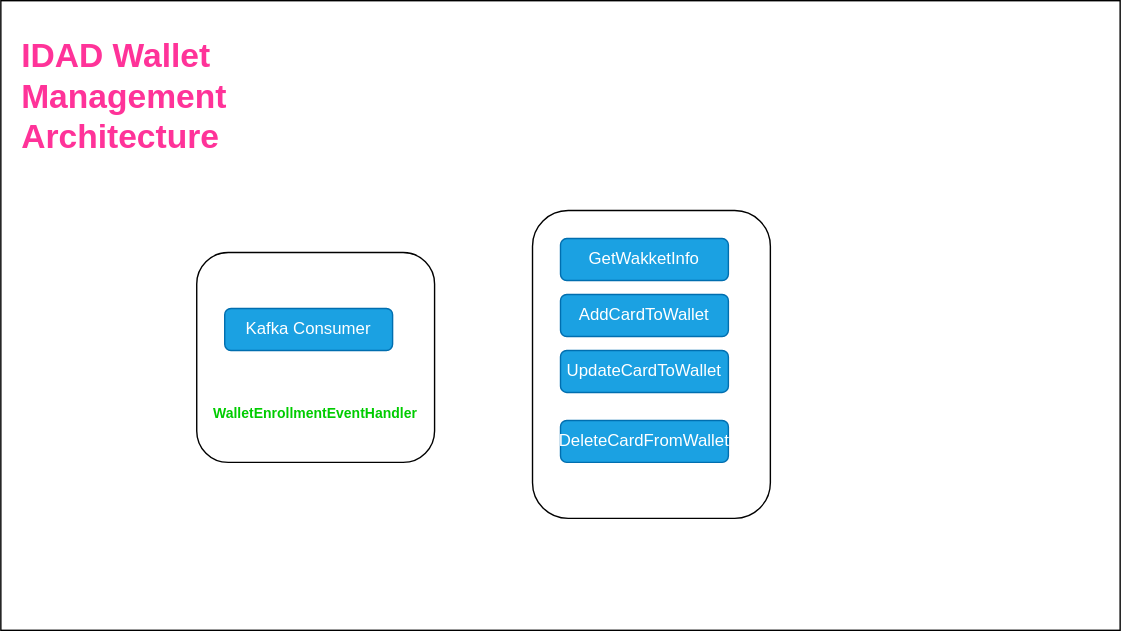
uchiharizvi/design-diagrams keeps this draw.io diagram as Work Samples/WF/IDAD_FLOW_BC.drawio.svg. Above is the earlier version. Source tidied: cells renumbered, new cells last; positions are measured from the earlier drawing's top-left corner, leaving out a move shared by most shapes.
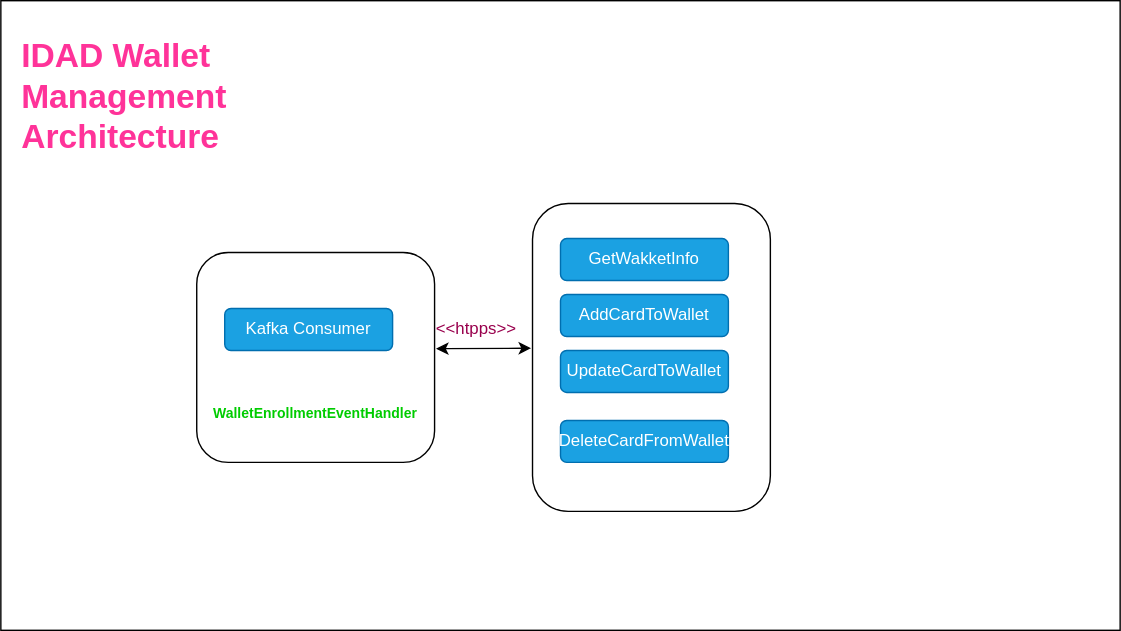
Above is the later version.

What changed in the source:
```diff
@@ -9,7 +9,7 @@
       <mxGeometry x="10" y="20" width="190" height="120" as="geometry" />
     </mxCell>
     <mxCell id="4" style="rounded=1;whiteSpace=wrap;html=1;" parent="1" vertex="1">
-      <mxGeometry x="380" y="150" width="170" height="220" as="geometry" />
+      <mxGeometry x="380" y="145" width="170" height="220" as="geometry" />
     </mxCell>
     <mxCell id="5" value="GetWakketInfo" style="rounded=1;whiteSpace=wrap;html=1;fillColor=#1ba1e2;fontColor=#ffffff;strokeColor=#006EAF;" parent="1" vertex="1">
       <mxGeometry x="400" y="170" width="120" height="30" as="geometry" />
@@ -32,5 +32,11 @@
     <mxCell id="11" value="&lt;font style=&quot;font-size: 10px;&quot;&gt;&lt;b&gt;WalletEnrollmentEventHandler&lt;/b&gt;&lt;/font&gt;" style="text;html=1;align=center;verticalAlign=middle;whiteSpace=wrap;rounded=0;fontColor=#00CC00;" parent="1" vertex="1">
       <mxGeometry x="155" y="280" width="140" height="30" as="geometry" />
     </mxCell>
+    <mxCell id="12" style="endArrow=classic;startArrow=classic;html=1;rounded=0;exitX=1.006;exitY=0.458;exitDx=0;exitDy=0;exitPerimeter=0;entryX=-0.006;entryY=0.47;entryDx=0;entryDy=0;entryPerimeter=0;" parent="1" edge="1" source="9" target="4">
+      <mxGeometry relative="1" as="geometry" />
+    </mxCell>
+    <mxCell id="13" value="&lt;font color=&quot;#99004d&quot;&gt;&amp;lt;&amp;lt;htpps&amp;gt;&amp;gt;&lt;/font&gt;" style="text;html=1;align=center;verticalAlign=middle;whiteSpace=wrap;rounded=0;" parent="1" vertex="1">
+      <mxGeometry x="310" y="230" width="60" height="10" as="geometry" />
+    </mxCell>
   </root>
 </mxGraphModel>
```
